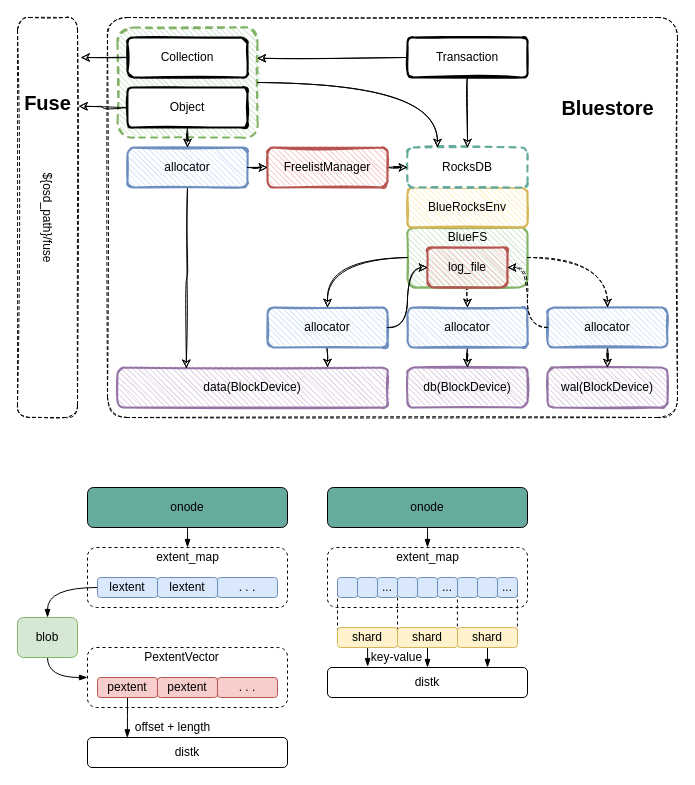
This is page "Bluestore" (1 of 3) of ceph/bluestore.drawio from EarthWind/deeparch, a draw.io file, before an edit. Source tidied: cells renumbered, new cells numbered last; positions are measured from the earlier drawing's top-left corner, leaving out a move shared by most shapes. Both pictures are drawn from the tidied source at 100%, with x=0, y=0 at pixel (-8, 17).
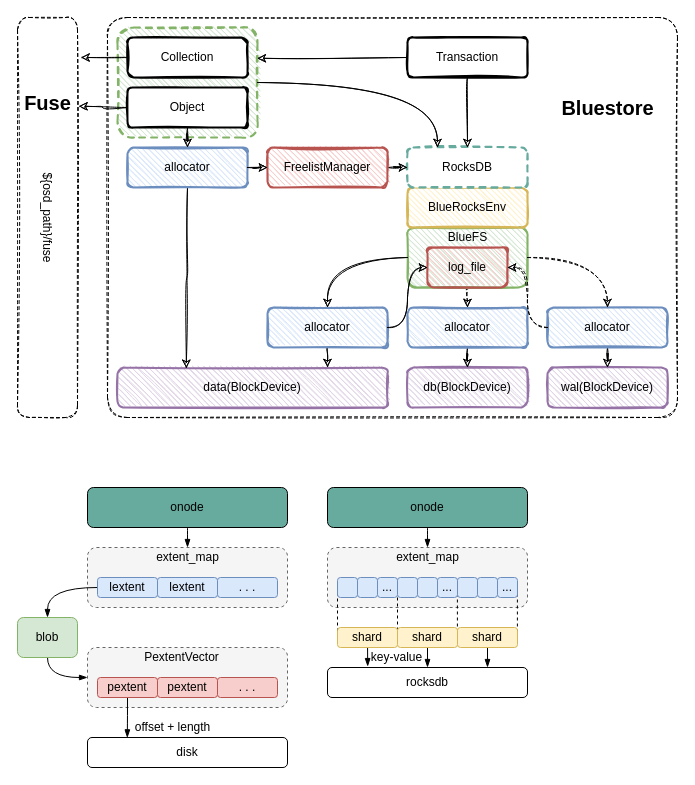
After the change.

The edit, as a diff of the source:
```diff
@@
-    <mxCell id="2" style="rounded=1;whiteSpace=wrap;html=1;strokeWidth=1;fillWeight=1;hachureGap=4;hachureAngle=45;sketch=0;fontStyle=0;dashed=1;" parent="1" vertex="1">
+    <mxCell id="2" style="rounded=1;whiteSpace=wrap;html=1;strokeWidth=1;fillWeight=1;hachureGap=4;hachureAngle=45;sketch=0;fontStyle=0;dashed=1;fillColor=#f5f5f5;fontColor=#333333;strokeColor=#666666;" parent="1" vertex="1">
       <mxGeometry x="335" y="530" width="200" height="60" as="geometry" />
     </mxCell>
@@
-    <mxCell id="6" style="rounded=1;whiteSpace=wrap;html=1;strokeWidth=1;fillWeight=1;hachureGap=4;hachureAngle=45;sketch=0;fontStyle=0;dashed=1;" parent="1" vertex="1">
+    <mxCell id="6" style="rounded=1;whiteSpace=wrap;html=1;strokeWidth=1;fillWeight=1;hachureGap=4;hachureAngle=45;sketch=0;fontStyle=0;dashed=1;fillColor=#f5f5f5;fontColor=#333333;strokeColor=#666666;" parent="1" vertex="1">
       <mxGeometry x="95" y="630" width="200" height="60" as="geometry" />
     </mxCell>
-    <mxCell id="7" style="rounded=1;whiteSpace=wrap;html=1;strokeWidth=1;fillWeight=1;hachureGap=4;hachureAngle=45;sketch=0;fontStyle=0;dashed=1;" parent="1" vertex="1">
+    <mxCell id="7" style="rounded=1;whiteSpace=wrap;html=1;strokeWidth=1;fillWeight=1;hachureGap=4;hachureAngle=45;sketch=0;fontStyle=0;dashed=1;fillColor=#f5f5f5;fontColor=#333333;strokeColor=#666666;" parent="1" vertex="1">
       <mxGeometry x="95" y="530" width="200" height="60" as="geometry" />
     </mxCell>
@@
-    <mxCell id="62" value="&lt;span&gt;distk&lt;br&gt;&lt;/span&gt;" style="rounded=1;whiteSpace=wrap;html=1;strokeWidth=1;fillWeight=1;hachureGap=4;hachureAngle=45;sketch=0;fontStyle=0;" parent="1" vertex="1">
+    <mxCell id="62" value="&lt;span&gt;disk&lt;br&gt;&lt;/span&gt;" style="rounded=1;whiteSpace=wrap;html=1;strokeWidth=1;fillWeight=1;hachureGap=4;hachureAngle=45;sketch=0;fontStyle=0;" parent="1" vertex="1">
       <mxGeometry x="95" y="720" width="200" height="30" as="geometry" />
     </mxCell>
@@
-    <mxCell id="83" value="&lt;span&gt;distk&lt;br&gt;&lt;/span&gt;" style="rounded=1;whiteSpace=wrap;html=1;strokeWidth=1;fillWeight=1;hachureGap=4;hachureAngle=45;sketch=0;fontStyle=0;" parent="1" vertex="1">
+    <mxCell id="83" value="&lt;span&gt;rocksdb&lt;br&gt;&lt;/span&gt;" style="rounded=1;whiteSpace=wrap;html=1;strokeWidth=1;fillWeight=1;hachureGap=4;hachureAngle=45;sketch=0;fontStyle=0;" parent="1" vertex="1">
       <mxGeometry x="335" y="650" width="200" height="30" as="geometry" />
     </mxCell>
```
